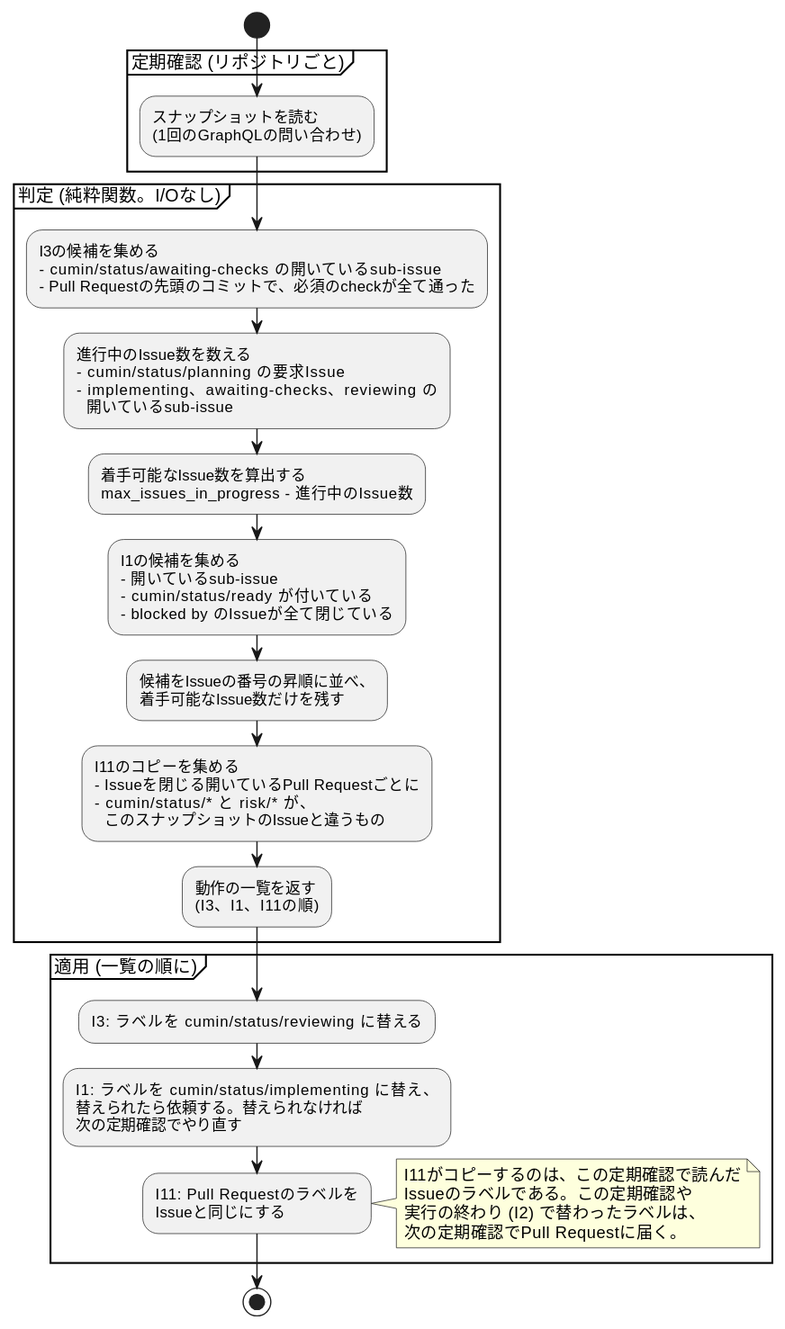
cloveclovedev/cumin-works keeps this PlantUML diagram as docs/ja/designs/poll-decide.svg. Above is the earlier version.
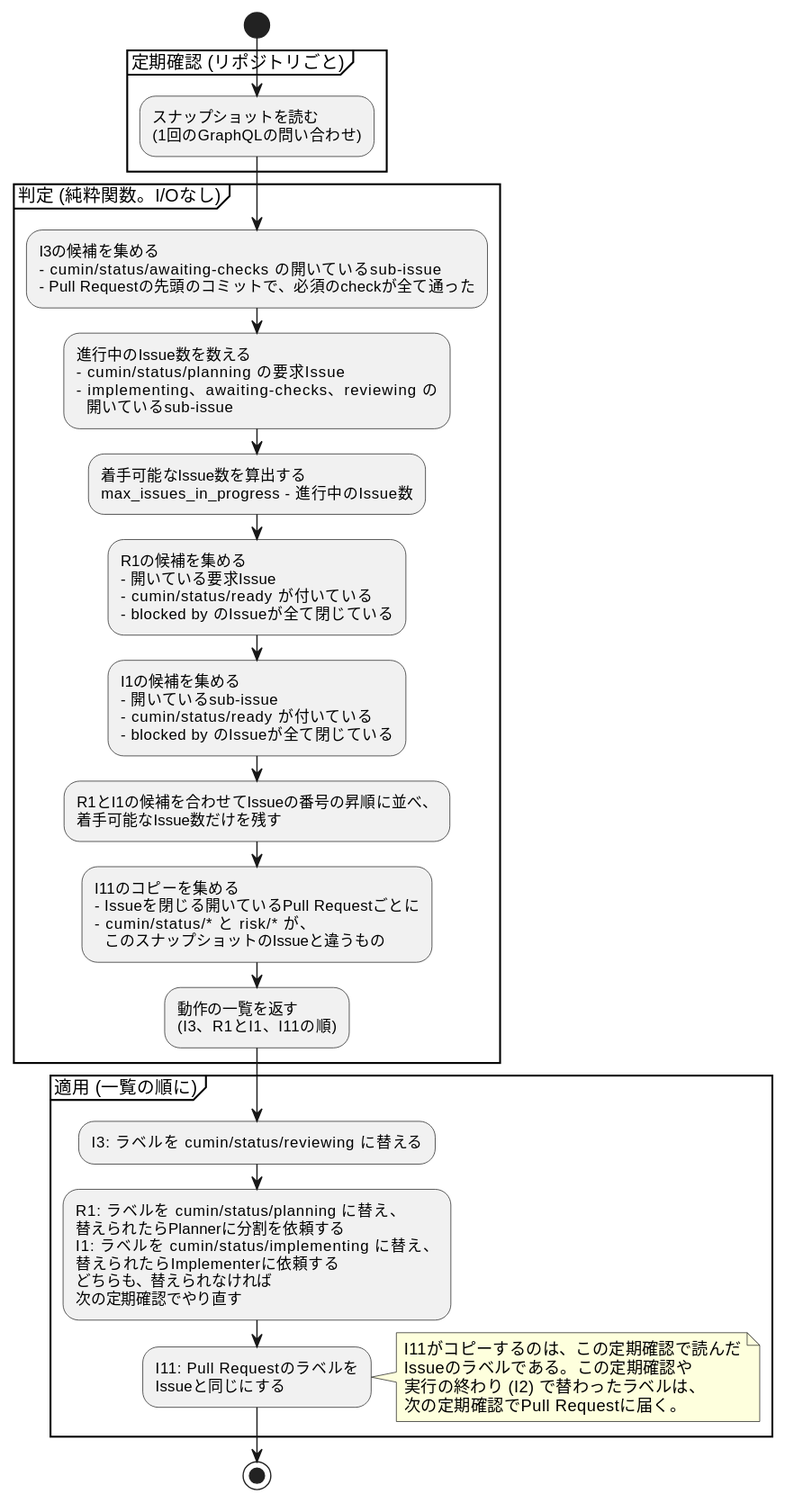
Later version of the same file.

Diff of the diagram source:
```diff
@@ -17,23 +17,30 @@
     開いているsub-issue;
   :着手可能なIssue数を算出する
   max_issues_in_progress - 進行中のIssue数;
+  :R1の候補を集める
+  - 開いている要求Issue
+  - cumin/status/ready が付いている
+  - blocked by のIssueが全て閉じている;
   :I1の候補を集める
   - 開いているsub-issue
   - cumin/status/ready が付いている
   - blocked by のIssueが全て閉じている;
-  :候補をIssueの番号の昇順に並べ、
+  :R1とI1の候補を合わせてIssueの番号の昇順に並べ、
   着手可能なIssue数だけを残す;
   :I11のコピーを集める
   - Issueを閉じる開いているPull Requestごとに
   - cumin/status/* と risk/* が、
     このスナップショットのIssueと違うもの;
   :動作の一覧を返す
-  (I3、I1、I11の順);
+  (I3、R1とI1、I11の順);
 }
 partition "適用 (一覧の順に)" {
   :I3: ラベルを cumin/status/reviewing に替える;
-  :I1: ラベルを cumin/status/implementing に替え、
-  替えられたら依頼する。替えられなければ
+  :R1: ラベルを cumin/status/planning に替え、
+  替えられたらPlannerに分割を依頼する
+  I1: ラベルを cumin/status/implementing に替え、
+  替えられたらImplementerに依頼する
+  どちらも、替えられなければ
   次の定期確認でやり直す;
   :I11: Pull Requestのラベルを
   Issueと同じにする;
```
